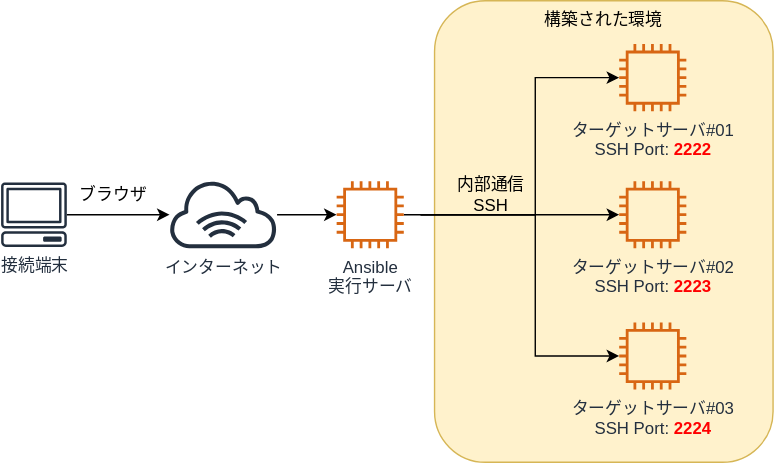
Earlier version of the draw.io export lesson/02_basic/img/arch.drawio.svg (infra-handson/ansible-training). Source tidied: cells renumbered, new cells last; positions are measured from the earlier drawing's top-left corner, leaving out a move shared by most shapes.
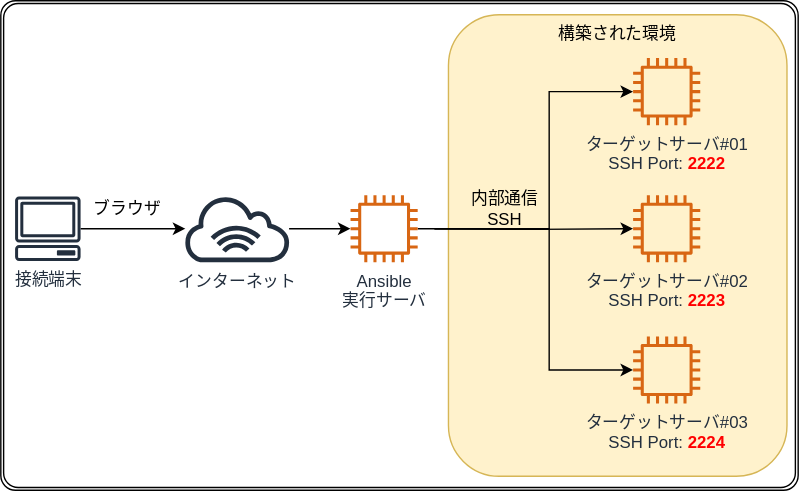
After the change.

Change to the diagram source:
```diff
@@ -2,6 +2,9 @@
   <root>
     <mxCell id="0" />
     <mxCell id="1" parent="0" />
+    <mxCell id="16" style="shape=ext;double=1;rounded=1;whiteSpace=wrap;html=1;arcSize=3;" parent="1" vertex="1">
+      <mxGeometry x="-10" y="-10" width="570" height="350" as="geometry" />
+    </mxCell>
     <mxCell id="2" value="構築された環境" style="rounded=1;whiteSpace=wrap;html=1;fillColor=#fff2cc;strokeColor=#d6b656;verticalAlign=top;" parent="1" vertex="1">
       <mxGeometry x="310" width="242" height="330" as="geometry" />
     </mxCell>
```
